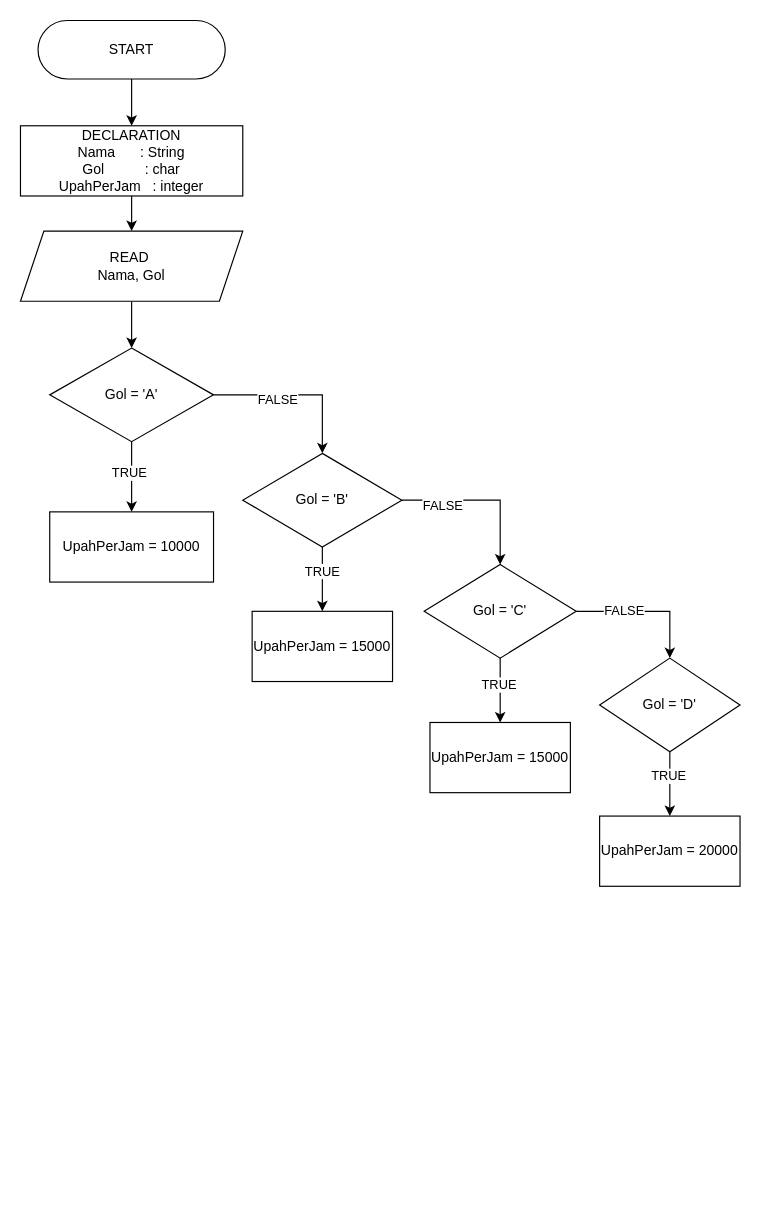
Earlier version of the draw.io diagram uts alstruk.drawio (Alfthrpy/Iseng). Source tidied: cells renumbered, new cells numbered last; positions are measured from the earlier drawing's top-left corner, leaving out a move shared by most shapes. Both pictures are drawn from the tidied source at 117%, with x=0, y=0 at pixel (20, 20).
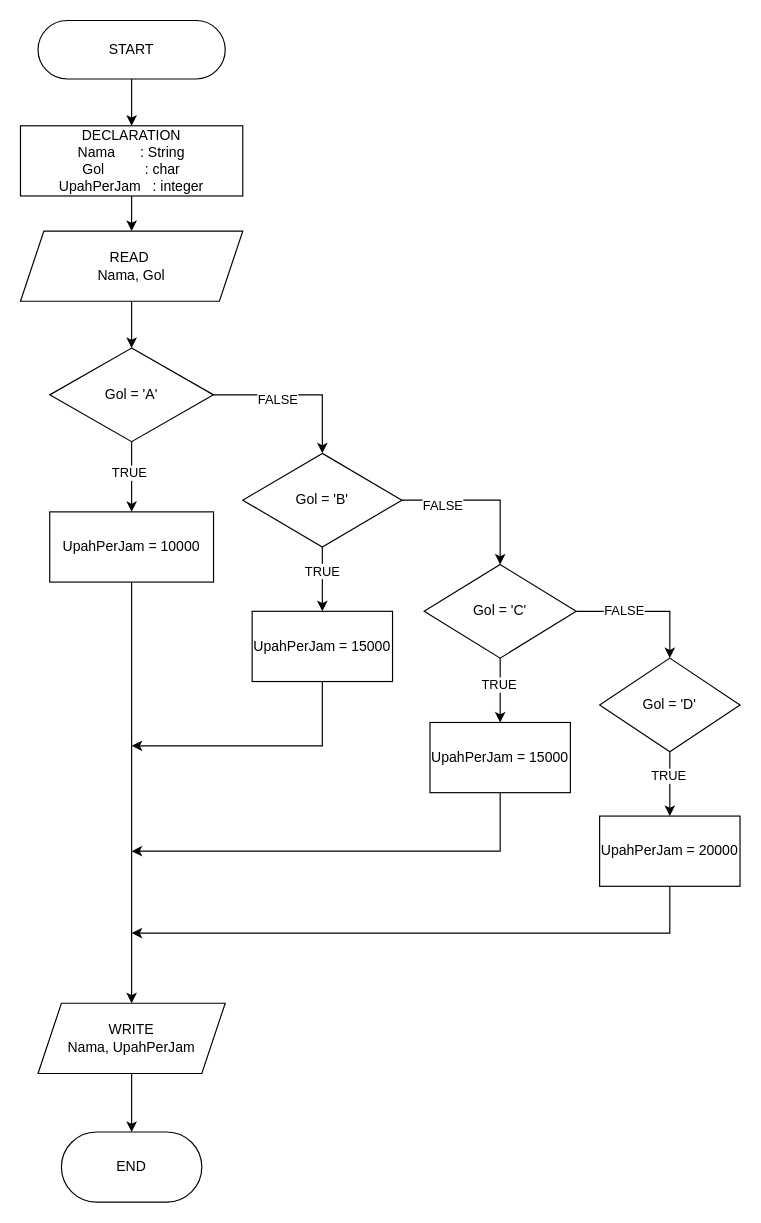
The same diagram, later.

The change refers to these unchanged cells:
```xml
<mxCell id="11" value="UpahPerJam = 10000" style="rounded=0;whiteSpace=wrap;html=1;" parent="1" vertex="1">
  <mxGeometry x="25" y="420" width="140" height="60" as="geometry" />
</mxCell>
<mxCell id="19" value="UpahPerJam = 15000" style="rounded=0;whiteSpace=wrap;html=1;" parent="1" vertex="1">
  <mxGeometry x="198" y="505" width="120" height="60" as="geometry" />
</mxCell>
<mxCell id="25" value="UpahPerJam = 15000" style="rounded=0;whiteSpace=wrap;html=1;" parent="1" vertex="1">
  <mxGeometry x="350" y="600" width="120" height="60" as="geometry" />
</mxCell>
<mxCell id="29" value="UpahPerJam = 20000" style="rounded=0;whiteSpace=wrap;html=1;" parent="1" vertex="1">
  <mxGeometry x="495" y="680" width="120" height="60" as="geometry" />
</mxCell>
```

Diff of the diagram source:
```diff
@@
+    <mxCell id="30" style="edgeStyle=orthogonalEdgeStyle;rounded=0;jettySize=auto;html=1;entryX=0.5;entryY=0;entryDx=0;entryDy=0;" parent="1" edge="1" source="11" target="35">
+      <mxGeometry relative="1" as="geometry" />
+    </mxCell>
@@
+    <mxCell id="31" style="edgeStyle=orthogonalEdgeStyle;rounded=0;jettySize=auto;html=1;" parent="1" edge="1" source="19">
+      <mxGeometry relative="1" as="geometry">
+        <mxPoint x="95" y="620" as="targetPoint" />
+        <Array as="points">
+          <mxPoint x="258" y="620" />
+        </Array>
+      </mxGeometry>
+    </mxCell>
@@
+    <mxCell id="32" style="edgeStyle=orthogonalEdgeStyle;rounded=0;jettySize=auto;html=1;" parent="1" edge="1" source="25">
+      <mxGeometry relative="1" as="geometry">
+        <mxPoint x="95" y="710" as="targetPoint" />
+        <Array as="points">
+          <mxPoint x="410" y="710" />
+        </Array>
+      </mxGeometry>
+    </mxCell>
@@
+    <mxCell id="33" style="edgeStyle=orthogonalEdgeStyle;rounded=0;jettySize=auto;html=1;" parent="1" edge="1" source="29">
+      <mxGeometry relative="1" as="geometry">
+        <mxPoint x="95" y="780" as="targetPoint" />
+        <Array as="points">
+          <mxPoint x="555" y="780" />
+        </Array>
+      </mxGeometry>
+    </mxCell>
@@
+    <mxCell id="34" style="edgeStyle=orthogonalEdgeStyle;rounded=0;jettySize=auto;html=1;entryX=0.5;entryY=0;entryDx=0;entryDy=0;" parent="1" edge="1" source="35" target="36">
+      <mxGeometry relative="1" as="geometry" />
+    </mxCell>
+    <mxCell id="35" value="WRITE&lt;br&gt;Nama, UpahPerJam" style="shape=parallelogram;perimeter=parallelogramPerimeter;whiteSpace=wrap;html=1;fixedSize=1;" parent="1" vertex="1">
+      <mxGeometry x="15" y="840" width="160" height="60" as="geometry" />
+    </mxCell>
+    <mxCell id="36" value="END" style="rounded=1;whiteSpace=wrap;html=1;arcSize=50;" parent="1" vertex="1">
+      <mxGeometry x="35" y="950" width="120" height="60" as="geometry" />
+    </mxCell>
```
